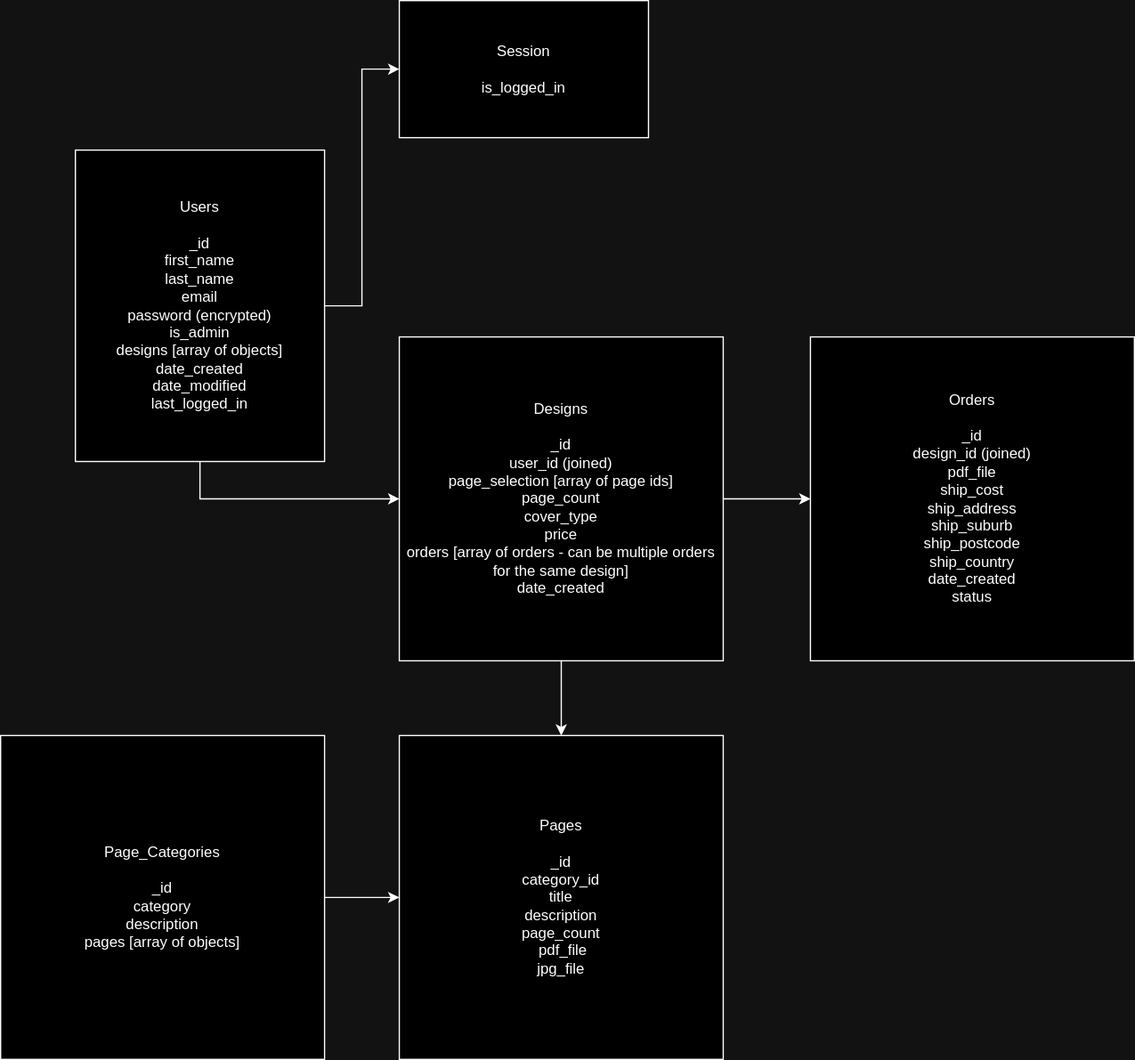
Above: assets/database-diagram.drawio.svg in katyjmt/ps-lite (draw.io), before the change. Source tidied: cells renumbered, new cells last; positions are measured from the earlier drawing's top-left corner, leaving out a move shared by most shapes.
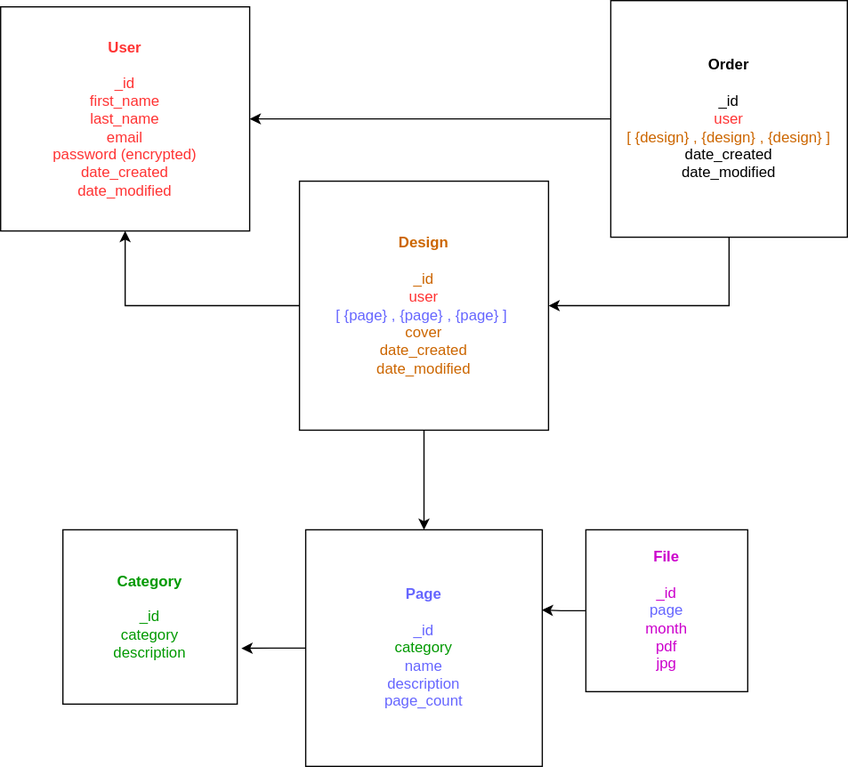
After the commit.

What changed in the source:
```diff
@@ -2,38 +2,41 @@
   <root>
     <mxCell id="0" />
     <mxCell id="1" parent="0" />
-    <mxCell id="2" style="edgeStyle=orthogonalEdgeStyle;rounded=0;jettySize=auto;html=1;entryX=0;entryY=0.5;entryDx=0;entryDy=0;" parent="1" edge="1" source="4" target="9">
-      <mxGeometry relative="1" as="geometry" />
-    </mxCell>
-    <mxCell id="3" style="edgeStyle=orthogonalEdgeStyle;rounded=0;jettySize=auto;html=1;exitX=0.5;exitY=1;exitDx=0;exitDy=0;entryX=0;entryY=0.5;entryDx=0;entryDy=0;" parent="1" edge="1" source="4" target="7">
-      <mxGeometry relative="1" as="geometry" />
-    </mxCell>
-    <mxCell id="4" value="Users&lt;br&gt;&lt;br&gt;_id&lt;br&gt;first_name&lt;br&gt;last_name&lt;br&gt;email&lt;br&gt;password (encrypted)&lt;br&gt;is_admin&lt;br&gt;designs [array of objects]&lt;br&gt;date_created&lt;br&gt;date_modified&lt;br&gt;last_logged_in" style="rounded=0;whiteSpace=wrap;html=1;" parent="1" vertex="1">
-      <mxGeometry x="60" y="120" width="200" height="250" as="geometry" />
+    <mxCell id="4" value="&lt;font color=&quot;#ff3333&quot;&gt;&lt;b&gt;User&lt;br&gt;&lt;/b&gt;&lt;br&gt;_id&lt;br&gt;first_name&lt;br&gt;last_name&lt;br&gt;email&lt;br&gt;password (encrypted)&lt;br&gt;date_created&lt;br&gt;date_modified&lt;/font&gt;" style="rounded=0;whiteSpace=wrap;html=1;" parent="1" vertex="1">
+      <mxGeometry x="20" y="110" width="200" height="180" as="geometry" />
     </mxCell>
-    <mxCell id="5" style="edgeStyle=orthogonalEdgeStyle;rounded=0;jettySize=auto;html=1;entryX=0;entryY=0.5;entryDx=0;entryDy=0;" parent="1" edge="1" source="7" target="8">
-      <mxGeometry relative="1" as="geometry" />
-    </mxCell>
     <mxCell id="6" style="edgeStyle=orthogonalEdgeStyle;rounded=0;jettySize=auto;html=1;exitX=0.5;exitY=1;exitDx=0;exitDy=0;entryX=0.5;entryY=0;entryDx=0;entryDy=0;" parent="1" edge="1" source="7" target="10">
       <mxGeometry relative="1" as="geometry" />
     </mxCell>
+    <mxCell id="13" style="edgeStyle=orthogonalEdgeStyle;rounded=0;jettySize=auto;html=1;entryX=0.5;entryY=1;entryDx=0;entryDy=0;" parent="1" edge="1" source="7" target="4">
+      <mxGeometry relative="1" as="geometry" />
+    </mxCell>
-    <mxCell id="7" value="Designs&lt;br&gt;&lt;br&gt;_id&lt;br&gt;user_id (joined)&lt;br&gt;page_selection [array of page ids]&lt;br&gt;page_count&lt;br&gt;cover_type&lt;br&gt;price&lt;br&gt;orders [array of orders - can be multiple orders for the same design]&lt;br&gt;date_created" style="whiteSpace=wrap;html=1;" parent="1" vertex="1">
-      <mxGeometry x="320" y="270" width="260" height="260" as="geometry" />
+    <mxCell id="7" value="&lt;b&gt;&lt;font color=&quot;#cc6600&quot;&gt;Design&lt;/font&gt;&lt;br&gt;&lt;/b&gt;&lt;br&gt;&lt;font color=&quot;#cc6600&quot;&gt;_id&lt;/font&gt;&lt;br&gt;&lt;font style=&quot;&quot; color=&quot;#ff3333&quot;&gt;user&lt;br&gt;&lt;/font&gt;&lt;font style=&quot;&quot; color=&quot;#6666ff&quot;&gt;[ {page} , {page} , {page} ]&lt;b&gt;&amp;nbsp;&lt;/b&gt;&lt;br&gt;&lt;/font&gt;&lt;font color=&quot;#cc6600&quot;&gt;cover&lt;br&gt;date_created&lt;/font&gt;&lt;br&gt;&lt;font color=&quot;#cc6600&quot;&gt;date_modified&lt;/font&gt;" style="whiteSpace=wrap;html=1;" parent="1" vertex="1">
+      <mxGeometry x="260" y="250" width="200" height="200" as="geometry" />
     </mxCell>
+    <mxCell id="14" style="edgeStyle=orthogonalEdgeStyle;rounded=0;jettySize=auto;html=1;entryX=1;entryY=0.5;entryDx=0;entryDy=0;" parent="1" edge="1" source="8" target="4">
+      <mxGeometry relative="1" as="geometry" />
+    </mxCell>
+    <mxCell id="15" style="edgeStyle=orthogonalEdgeStyle;rounded=0;jettySize=auto;html=1;exitX=0.5;exitY=1;exitDx=0;exitDy=0;entryX=1;entryY=0.5;entryDx=0;entryDy=0;" parent="1" edge="1" source="8" target="7">
+      <mxGeometry relative="1" as="geometry" />
+    </mxCell>
-    <mxCell id="8" value="Orders&lt;br&gt;&lt;br&gt;_id&lt;br&gt;design_id (joined)&lt;br&gt;pdf_file&lt;br&gt;ship_cost&lt;br&gt;ship_address&lt;br&gt;ship_suburb&lt;br&gt;ship_postcode&lt;br&gt;ship_country&lt;br&gt;date_created&lt;br&gt;status" style="whiteSpace=wrap;html=1;" parent="1" vertex="1">
-      <mxGeometry x="650" y="270" width="260" height="260" as="geometry" />
+    <mxCell id="8" value="&lt;b&gt;Order&lt;br&gt;&lt;/b&gt;&lt;br&gt;_id&lt;br&gt;&lt;font style=&quot;&quot; color=&quot;#ff3333&quot;&gt;user&lt;br&gt;&lt;/font&gt;&lt;font style=&quot;&quot; color=&quot;#cc6600&quot;&gt;[ {design} , {design} , {design} ]&lt;br&gt;&lt;/font&gt;date_created&lt;br&gt;date_modified" style="whiteSpace=wrap;html=1;" parent="1" vertex="1">
+      <mxGeometry x="510" y="105" width="190" height="190" as="geometry" />
     </mxCell>
-    <mxCell id="9" value="Session&lt;br&gt;&lt;br&gt;is_logged_in" style="rounded=0;whiteSpace=wrap;html=1;" parent="1" vertex="1">
-      <mxGeometry x="320" width="200" height="110" as="geometry" />
-    </mxCell>
+    <mxCell id="16" style="edgeStyle=orthogonalEdgeStyle;rounded=0;jettySize=auto;html=1;entryX=1.024;entryY=0.68;entryDx=0;entryDy=0;entryPerimeter=0;" parent="1" edge="1" source="10" target="12">
+      <mxGeometry relative="1" as="geometry" />
+    </mxCell>
-    <mxCell id="10" value="Pages&lt;br&gt;&lt;br&gt;_id&lt;br&gt;category_id&lt;br&gt;title&lt;br&gt;description&lt;br&gt;page_count&lt;br&gt;&amp;nbsp;pdf_file&lt;br&gt;jpg_file&lt;br&gt;" style="whiteSpace=wrap;html=1;" parent="1" vertex="1">
-      <mxGeometry x="320" y="590" width="260" height="260" as="geometry" />
+    <mxCell id="10" value="&lt;b style=&quot;color: rgb(102, 102, 255);&quot;&gt;Page&lt;br&gt;&lt;/b&gt;&lt;br&gt;&lt;font color=&quot;#6666ff&quot;&gt;_id&lt;/font&gt;&lt;br&gt;&lt;font color=&quot;#009900&quot;&gt;category&lt;br&gt;&lt;/font&gt;&lt;font color=&quot;#6666ff&quot;&gt;name&lt;/font&gt;&lt;br&gt;&lt;font color=&quot;#6666ff&quot;&gt;description&lt;/font&gt;&lt;br&gt;&lt;font color=&quot;#6666ff&quot;&gt;page_count&lt;/font&gt;" style="whiteSpace=wrap;html=1;" parent="1" vertex="1">
+      <mxGeometry x="265" y="530" width="190" height="190" as="geometry" />
     </mxCell>
-    <mxCell id="11" style="edgeStyle=orthogonalEdgeStyle;rounded=0;jettySize=auto;html=1;entryX=0;entryY=0.5;entryDx=0;entryDy=0;" parent="1" edge="1" source="12" target="10">
-      <mxGeometry relative="1" as="geometry" />
-    </mxCell>
-    <mxCell id="12" value="Page_Categories&lt;br&gt;&lt;br&gt;_id&lt;br&gt;category&lt;br&gt;description&lt;br&gt;pages [array of objects]&lt;br&gt;" style="whiteSpace=wrap;html=1;" parent="1" vertex="1">
-      <mxGeometry y="590" width="260" height="260" as="geometry" />
+    <mxCell id="12" value="&lt;font color=&quot;#009900&quot;&gt;&lt;b&gt;Category&lt;br&gt;&lt;/b&gt;&lt;br&gt;_id&lt;br&gt;category&lt;br&gt;description&lt;/font&gt;" style="whiteSpace=wrap;html=1;" parent="1" vertex="1">
+      <mxGeometry x="70" y="530" width="140" height="140" as="geometry" />
     </mxCell>
+    <mxCell id="17" style="edgeStyle=orthogonalEdgeStyle;rounded=0;jettySize=auto;html=1;entryX=0.998;entryY=0.339;entryDx=0;entryDy=0;entryPerimeter=0;" parent="1" edge="1" source="18" target="10">
+      <mxGeometry relative="1" as="geometry" />
+    </mxCell>
+    <mxCell id="18" value="&lt;b style=&quot;color: rgb(204, 0, 204);&quot;&gt;File&lt;br&gt;&lt;/b&gt;&lt;br&gt;&lt;font color=&quot;#cc00cc&quot;&gt;_id&lt;/font&gt;&lt;br&gt;&lt;font color=&quot;#6666ff&quot;&gt;page&lt;br&gt;&lt;/font&gt;&lt;font color=&quot;#cc00cc&quot;&gt;month&lt;/font&gt;&lt;br&gt;&lt;font color=&quot;#cc00cc&quot;&gt;pdf&lt;/font&gt;&lt;br&gt;&lt;font color=&quot;#cc00cc&quot;&gt;jpg&lt;/font&gt;" style="whiteSpace=wrap;html=1;" parent="1" vertex="1">
+      <mxGeometry x="490" y="530" width="130" height="130" as="geometry" />
+    </mxCell>
   </root>
 </mxGraphModel>
```
